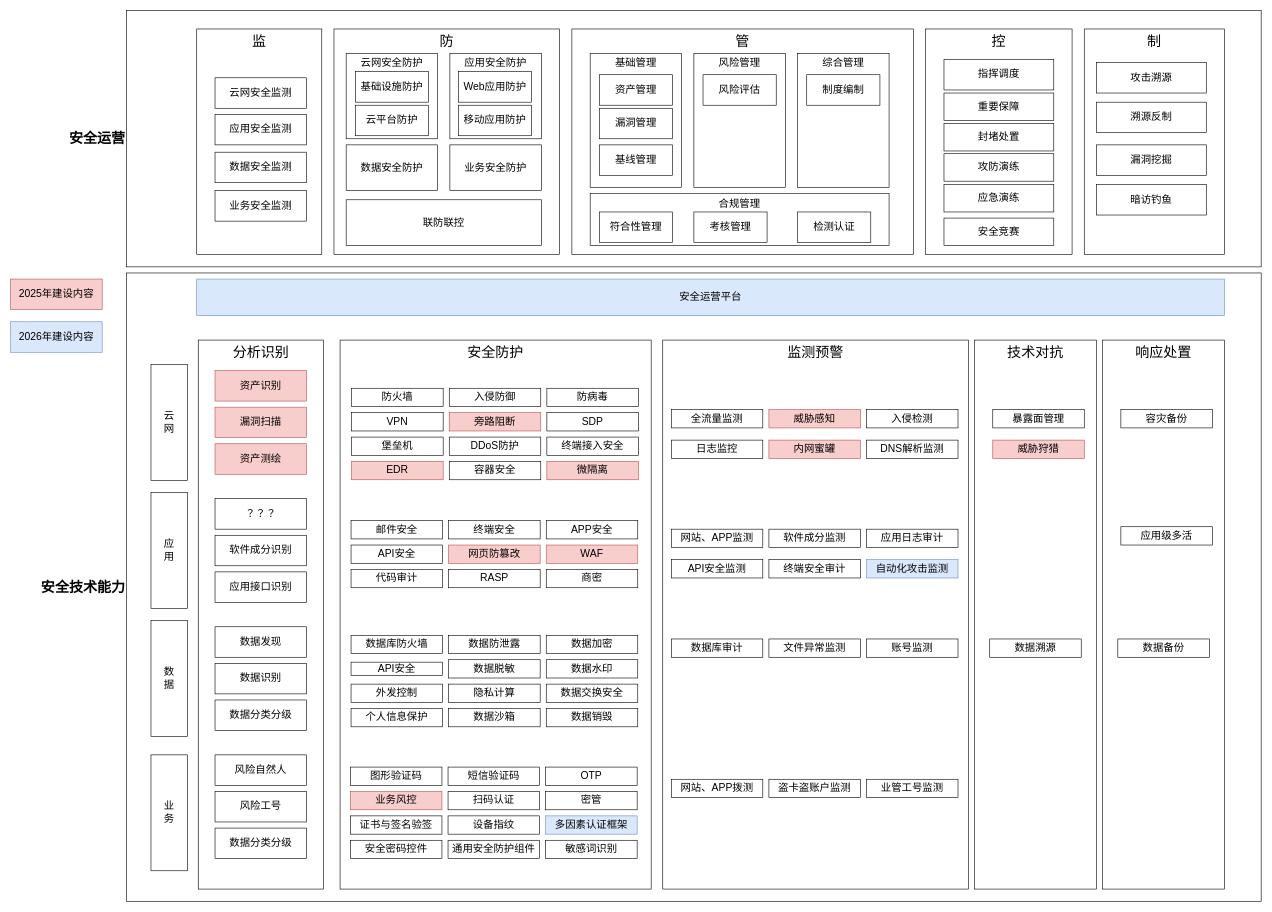
Before: page "第 1 页" (1 of 2) of 2024安全技术能力全景图.drawio in razor/1102_decoration, a draw.io diagram. Source tidied: cells renumbered, new cells numbered last; positions are measured from the earlier drawing's top-left corner, leaving out a move shared by most shapes. Both pictures are drawn from the tidied source at 61%, with x=0, y=0 at pixel (10, 10).
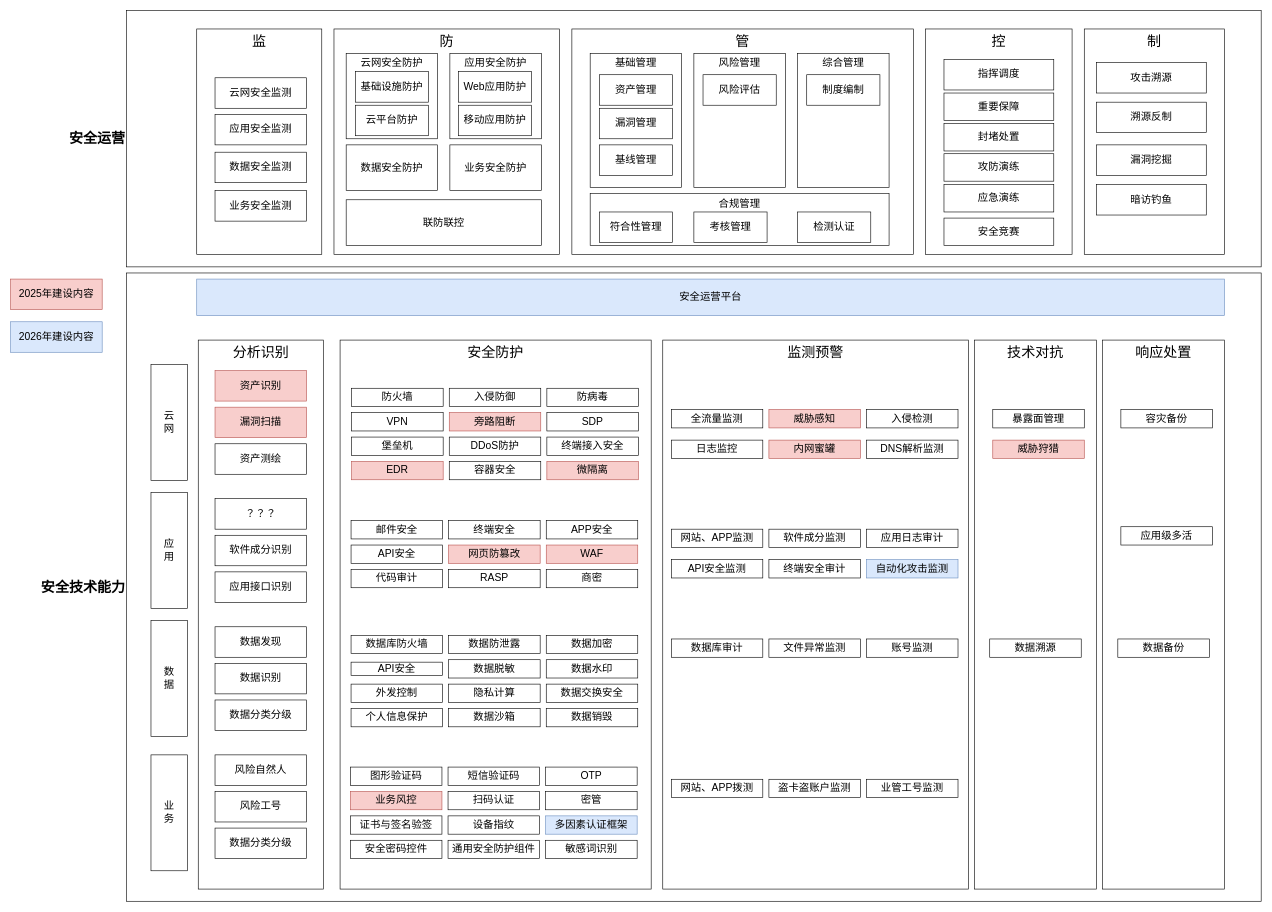
The same diagram, later.

Diff of the diagram source:
```diff
@@
-    <mxCell id="36" value="&lt;font style=&quot;font-size: 17px;&quot;&gt;资产测绘&lt;/font&gt;" style="rounded=0;whiteSpace=wrap;html=1;fontStyle=0;fillColor=#f8cecc;strokeColor=#b85450;" parent="1" vertex="1">
+    <mxCell id="36" value="&lt;font style=&quot;font-size: 17px;&quot;&gt;资产测绘&lt;/font&gt;" style="rounded=0;whiteSpace=wrap;html=1;fontStyle=0;" parent="1" vertex="1">
       <mxGeometry x="335" y="710" width="150" height="50" as="geometry" />
     </mxCell>
```
